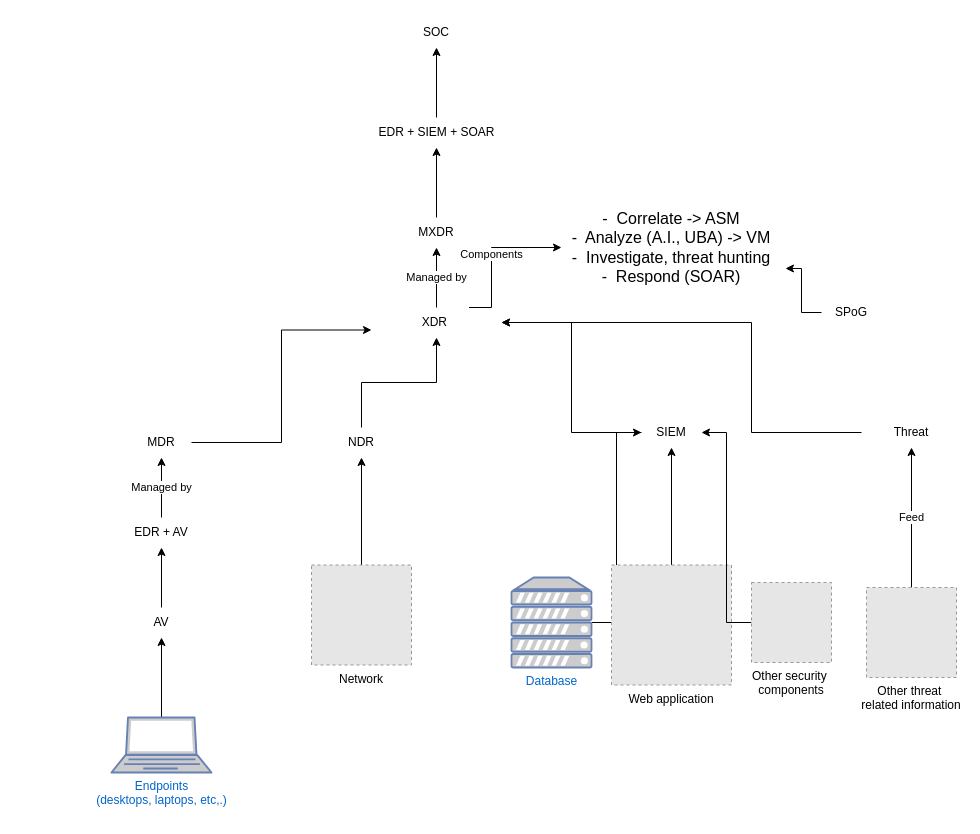
Earlier version of the draw.io diagram Appendices/XDR.drawio (christostevan/Thesis-latex). Source tidied: cells renumbered, new cells numbered last; positions are measured from the earlier drawing's top-left corner, leaving out a move shared by most shapes. Both pictures are drawn from the tidied source at 100%, with x=0, y=0 at pixel (111, 17). Pictures stored in the file or linked from it are replaced by grey dashed boxes.
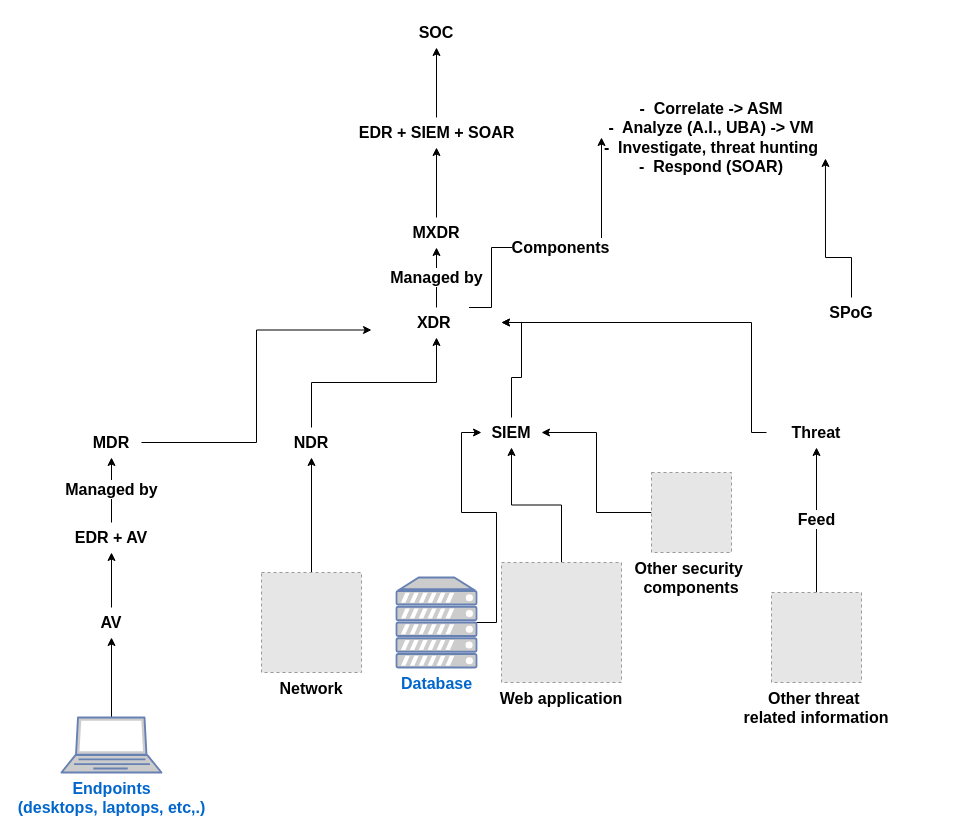
After the change.

What changed in the source:
```diff
@@
-    <mxCell id="3" value="Endpoints&lt;div&gt;(desktops, laptops, etc,.)&lt;/div&gt;" style="fontColor=#0066CC;verticalAlign=top;verticalLabelPosition=bottom;labelPosition=center;align=center;html=1;outlineConnect=0;fillColor=#CCCCCC;strokeColor=#6881B3;gradientColor=none;gradientDirection=north;strokeWidth=2;shape=mxgraph.networks.laptop;" parent="1" vertex="1">
-      <mxGeometry y="700" width="100" height="55" as="geometry" />
+    <mxCell id="3" value="Endpoints&lt;div style=&quot;font-size: 16px;&quot;&gt;(desktops, laptops, etc,.)&lt;/div&gt;" style="fontColor=#0066CC;verticalAlign=top;verticalLabelPosition=bottom;labelPosition=center;align=center;html=1;outlineConnect=0;fillColor=#CCCCCC;strokeColor=#6881B3;gradientColor=none;gradientDirection=north;strokeWidth=2;shape=mxgraph.networks.laptop;fontStyle=1;fontSize=16;" parent="1" vertex="1">
+      <mxGeometry x="-50" y="700" width="100" height="55" as="geometry" />
     </mxCell>
@@
-    <mxCell id="5" value="NDR" style="text;html=1;align=center;verticalAlign=middle;whiteSpace=wrap;rounded=0;" parent="1" vertex="1">
-      <mxGeometry x="220" y="410" width="60" height="30" as="geometry" />
+    <mxCell id="5" value="NDR" style="text;html=1;align=center;verticalAlign=middle;whiteSpace=wrap;rounded=0;fontStyle=1;fontSize=16;" parent="1" vertex="1">
+      <mxGeometry x="170" y="410" width="60" height="30" as="geometry" />
     </mxCell>
@@
-    <mxCell id="7" value="Network" style="fillColor=#E6E6E6;strokeColor=#999999;dashed=1;verticalLabelPosition=bottom;labelBackgroundColor=default;verticalAlign=top;" parent="1" vertex="1">
-      <mxGeometry x="200" y="547.5" width="100" height="100" as="geometry" />
+    <mxCell id="7" value="Network" style="fillColor=#E6E6E6;strokeColor=#999999;dashed=1;verticalLabelPosition=bottom;labelBackgroundColor=default;verticalAlign=top;fontStyle=1;fontSize=16;" parent="1" vertex="1">
+      <mxGeometry x="150" y="555" width="100" height="100" as="geometry" />
     </mxCell>
@@
-    <mxCell id="9" value="Database" style="fontColor=#0066CC;verticalAlign=top;verticalLabelPosition=bottom;labelPosition=center;align=center;html=1;outlineConnect=0;fillColor=#CCCCCC;strokeColor=#6881B3;gradientColor=none;gradientDirection=north;strokeWidth=2;shape=mxgraph.networks.server;" parent="1" vertex="1">
-      <mxGeometry x="400" y="560" width="80" height="90" as="geometry" />
+    <mxCell id="9" value="Database" style="fontColor=#0066CC;verticalAlign=top;verticalLabelPosition=bottom;labelPosition=center;align=center;html=1;outlineConnect=0;fillColor=#CCCCCC;strokeColor=#6881B3;gradientColor=none;gradientDirection=north;strokeWidth=2;shape=mxgraph.networks.server;fontStyle=1;fontSize=16;" parent="1" vertex="1">
+      <mxGeometry x="285" y="560" width="80" height="90" as="geometry" />
     </mxCell>
@@
-    <mxCell id="11" value="Web application" style="fillColor=#E6E6E6;strokeColor=#999999;dashed=1;verticalLabelPosition=bottom;labelBackgroundColor=default;verticalAlign=top;" parent="1" vertex="1">
-      <mxGeometry x="500" y="547.5" width="120" height="120" as="geometry" />
+    <mxCell id="11" value="Web application" style="fillColor=#E6E6E6;strokeColor=#999999;dashed=1;verticalLabelPosition=bottom;labelBackgroundColor=default;verticalAlign=top;fontStyle=1;fontSize=16;" parent="1" vertex="1">
+      <mxGeometry x="390" y="545" width="120" height="120" as="geometry" />
     </mxCell>
@@
-    <mxCell id="13" value="Other security &#10;components" style="fillColor=#E6E6E6;strokeColor=#999999;dashed=1;verticalLabelPosition=bottom;labelBackgroundColor=default;verticalAlign=top;" parent="1" vertex="1">
-      <mxGeometry x="640" y="565" width="80" height="80" as="geometry" />
+    <mxCell id="13" value="Other security &#10;components" style="fillColor=#E6E6E6;strokeColor=#999999;dashed=1;verticalLabelPosition=bottom;labelBackgroundColor=default;verticalAlign=top;fontStyle=1;fontSize=16;" parent="1" vertex="1">
+      <mxGeometry x="540" y="455" width="80" height="80" as="geometry" />
     </mxCell>
@@
-    <mxCell id="15" value="SIEM" style="text;html=1;align=center;verticalAlign=middle;whiteSpace=wrap;rounded=0;" parent="1" vertex="1">
-      <mxGeometry x="530" y="400" width="60" height="30" as="geometry" />
+    <mxCell id="15" value="SIEM" style="text;html=1;align=center;verticalAlign=middle;whiteSpace=wrap;rounded=0;fontStyle=1;fontSize=16;" parent="1" vertex="1">
+      <mxGeometry x="370" y="400" width="60" height="30" as="geometry" />
     </mxCell>
-    <mxCell id="16" value="Managed by" style="edgeStyle=orthogonalEdgeStyle;rounded=0;jettySize=auto;html=1;" parent="1" edge="1" source="18" target="26">
+    <mxCell id="16" value="Managed by" style="edgeStyle=orthogonalEdgeStyle;rounded=0;jettySize=auto;html=1;fontStyle=1;fontSize=16;" parent="1" edge="1" source="18" target="26">
       <mxGeometry relative="1" as="geometry" />
     </mxCell>
-    <mxCell id="17" value="Components" style="edgeStyle=orthogonalEdgeStyle;rounded=0;jettySize=auto;html=1;exitX=0.75;exitY=0;exitDx=0;exitDy=0;entryX=0;entryY=0.5;entryDx=0;entryDy=0;" parent="1" edge="1" source="18" target="30">
+    <mxCell id="17" value="Components" style="edgeStyle=orthogonalEdgeStyle;rounded=0;jettySize=auto;html=1;exitX=0.75;exitY=0;exitDx=0;exitDy=0;entryX=0;entryY=0.5;entryDx=0;entryDy=0;fontStyle=1;fontSize=16;" parent="1" edge="1" source="18" target="30">
       <mxGeometry relative="1" as="geometry">
         <Array as="points">
           <mxPoint x="380" y="290" />
           <mxPoint x="380" y="230" />
         </Array>
       </mxGeometry>
     </mxCell>
-    <mxCell id="18" value="XDR&amp;nbsp;" style="text;html=1;align=center;verticalAlign=middle;whiteSpace=wrap;rounded=0;" parent="1" vertex="1">
+    <mxCell id="18" value="XDR&amp;nbsp;" style="text;html=1;align=center;verticalAlign=middle;whiteSpace=wrap;rounded=0;fontStyle=1;fontSize=16;" parent="1" vertex="1">
       <mxGeometry x="260" y="290" width="130" height="30" as="geometry" />
     </mxCell>
-    <mxCell id="19" style="edgeStyle=orthogonalEdgeStyle;rounded=0;jettySize=auto;html=1;entryX=0.5;entryY=1;entryDx=0;entryDy=0;" parent="1" edge="1" source="20" target="22">
+    <mxCell id="19" style="edgeStyle=orthogonalEdgeStyle;rounded=0;jettySize=auto;html=1;entryX=0.5;entryY=1;entryDx=0;entryDy=0;fontStyle=1;fontSize=16;" parent="1" edge="1" source="20" target="22">
       <mxGeometry relative="1" as="geometry" />
     </mxCell>
-    <mxCell id="20" value="AV" style="text;html=1;align=center;verticalAlign=middle;whiteSpace=wrap;rounded=0;" parent="1" vertex="1">
-      <mxGeometry x="20" y="590" width="60" height="30" as="geometry" />
+    <mxCell id="20" value="AV" style="text;html=1;align=center;verticalAlign=middle;whiteSpace=wrap;rounded=0;fontStyle=1;fontSize=16;" parent="1" vertex="1">
+      <mxGeometry x="-30" y="590" width="60" height="30" as="geometry" />
     </mxCell>
-    <mxCell id="21" value="Managed by" style="edgeStyle=orthogonalEdgeStyle;rounded=0;jettySize=auto;html=1;entryX=0.5;entryY=1;entryDx=0;entryDy=0;" parent="1" edge="1" source="22" target="24">
+    <mxCell id="21" value="Managed by" style="edgeStyle=orthogonalEdgeStyle;rounded=0;jettySize=auto;html=1;entryX=0.5;entryY=1;entryDx=0;entryDy=0;fontStyle=1;fontSize=16;" parent="1" edge="1" source="22" target="24">
       <mxGeometry relative="1" as="geometry" />
     </mxCell>
-    <mxCell id="22" value="EDR + AV" style="text;html=1;align=center;verticalAlign=middle;whiteSpace=wrap;rounded=0;" parent="1" vertex="1">
-      <mxGeometry x="20" y="500" width="60" height="30" as="geometry" />
+    <mxCell id="22" value="EDR + AV" style="text;html=1;align=center;verticalAlign=middle;whiteSpace=wrap;rounded=0;fontStyle=1;fontSize=16;" parent="1" vertex="1">
+      <mxGeometry x="-40" y="505" width="80" height="30" as="geometry" />
     </mxCell>
@@
-    <mxCell id="24" value="MDR" style="text;html=1;align=center;verticalAlign=middle;whiteSpace=wrap;rounded=0;" parent="1" vertex="1">
-      <mxGeometry x="20" y="410" width="60" height="30" as="geometry" />
+    <mxCell id="24" value="MDR" style="text;html=1;align=center;verticalAlign=middle;whiteSpace=wrap;rounded=0;fontStyle=1;fontSize=16;" parent="1" vertex="1">
+      <mxGeometry x="-30" y="410" width="60" height="30" as="geometry" />
     </mxCell>
-    <mxCell id="25" style="edgeStyle=orthogonalEdgeStyle;rounded=0;jettySize=auto;html=1;entryX=0.5;entryY=1;entryDx=0;entryDy=0;" parent="1" edge="1" source="26" target="28">
+    <mxCell id="25" style="edgeStyle=orthogonalEdgeStyle;rounded=0;jettySize=auto;html=1;entryX=0.5;entryY=1;entryDx=0;entryDy=0;fontStyle=1;fontSize=16;" parent="1" edge="1" source="26" target="28">
       <mxGeometry relative="1" as="geometry" />
     </mxCell>
-    <mxCell id="26" value="MXDR" style="text;html=1;align=center;verticalAlign=middle;whiteSpace=wrap;rounded=0;" parent="1" vertex="1">
+    <mxCell id="26" value="MXDR" style="text;html=1;align=center;verticalAlign=middle;whiteSpace=wrap;rounded=0;fontStyle=1;fontSize=16;" parent="1" vertex="1">
       <mxGeometry x="295" y="200" width="60" height="30" as="geometry" />
     </mxCell>
@@
-    <mxCell id="28" value="EDR + SIEM + SOAR" style="text;html=1;align=center;verticalAlign=middle;whiteSpace=wrap;rounded=0;" parent="1" vertex="1">
+    <mxCell id="28" value="EDR + SIEM + SOAR" style="text;html=1;align=center;verticalAlign=middle;whiteSpace=wrap;rounded=0;fontStyle=1;fontSize=16;" parent="1" vertex="1">
       <mxGeometry x="242.5" y="100" width="165" height="30" as="geometry" />
     </mxCell>
-    <mxCell id="29" value="SOC" style="text;html=1;align=center;verticalAlign=middle;whiteSpace=wrap;rounded=0;" parent="1" vertex="1">
+    <mxCell id="29" value="SOC" style="text;html=1;align=center;verticalAlign=middle;whiteSpace=wrap;rounded=0;fontStyle=1;fontSize=16;" parent="1" vertex="1">
       <mxGeometry x="295" width="60" height="30" as="geometry" />
     </mxCell>
-    <mxCell id="30" value="&lt;font style=&quot;font-size: 16px;&quot;&gt;-&amp;nbsp; Correlate -&amp;gt; ASM&lt;/font&gt;&lt;div style=&quot;font-size: 16px;&quot;&gt;&lt;font style=&quot;font-size: 16px;&quot;&gt;-&amp;nbsp; Analyze (A.I., UBA) -&amp;gt; VM&lt;/font&gt;&lt;/div&gt;&lt;div style=&quot;font-size: 16px;&quot;&gt;&lt;font style=&quot;font-size: 16px;&quot;&gt;-&amp;nbsp; Investigate, threat hunting&lt;/font&gt;&lt;/div&gt;&lt;div style=&quot;font-size: 16px;&quot;&gt;&lt;font style=&quot;font-size: 16px;&quot;&gt;-&amp;nbsp; Respond (SOAR)&lt;/font&gt;&lt;/div&gt;" style="text;html=1;align=center;verticalAlign=middle;whiteSpace=wrap;rounded=0;labelPosition=center;verticalLabelPosition=middle;" parent="1" vertex="1">
-      <mxGeometry x="450" y="150" width="220" height="160" as="geometry" />
+    <mxCell id="30" value="&lt;font style=&quot;font-size: 16px;&quot;&gt;&lt;b&gt;-&amp;nbsp; Correlate -&amp;gt; ASM&lt;/b&gt;&lt;/font&gt;&lt;div style=&quot;font-size: 16px;&quot;&gt;&lt;font style=&quot;font-size: 16px;&quot;&gt;&lt;b&gt;-&amp;nbsp; Analyze (A.I., UBA) -&amp;gt; VM&lt;/b&gt;&lt;/font&gt;&lt;/div&gt;&lt;div style=&quot;font-size: 16px;&quot;&gt;&lt;font style=&quot;font-size: 16px;&quot;&gt;&lt;b&gt;-&amp;nbsp; Investigate, threat hunting&lt;/b&gt;&lt;/font&gt;&lt;/div&gt;&lt;div style=&quot;font-size: 16px;&quot;&gt;&lt;font style=&quot;font-size: 16px;&quot;&gt;&lt;b&gt;-&amp;nbsp; Respond (SOAR)&lt;/b&gt;&lt;/font&gt;&lt;/div&gt;" style="text;html=1;align=center;verticalAlign=middle;whiteSpace=wrap;rounded=0;labelPosition=center;verticalLabelPosition=middle;" parent="1" vertex="1">
+      <mxGeometry x="490" y="40" width="220" height="160" as="geometry" />
     </mxCell>
-    <mxCell id="31" value="SPoG" style="text;html=1;align=center;verticalAlign=middle;whiteSpace=wrap;rounded=0;" parent="1" vertex="1">
+    <mxCell id="31" value="SPoG" style="text;html=1;align=center;verticalAlign=middle;whiteSpace=wrap;rounded=0;fontStyle=1;fontSize=16;" parent="1" vertex="1">
       <mxGeometry x="710" y="280" width="60" height="30" as="geometry" />
     </mxCell>
@@
-    <mxCell id="33" value="Feed" style="edgeStyle=orthogonalEdgeStyle;rounded=0;jettySize=auto;html=1;entryX=0.5;entryY=1;entryDx=0;entryDy=0;" parent="1" edge="1" source="34" target="36">
+    <mxCell id="33" value="Feed" style="edgeStyle=orthogonalEdgeStyle;rounded=0;jettySize=auto;html=1;entryX=0.5;entryY=1;entryDx=0;entryDy=0;fontStyle=1;fontSize=16;" parent="1" edge="1" source="34" target="36">
       <mxGeometry relative="1" as="geometry" />
     </mxCell>
-    <mxCell id="34" value="Other threat &#10;related information" style="fillColor=#E6E6E6;strokeColor=#999999;dashed=1;verticalLabelPosition=bottom;labelBackgroundColor=default;verticalAlign=top;" parent="1" vertex="1">
-      <mxGeometry x="755" y="570" width="90" height="90" as="geometry" />
+    <mxCell id="34" value="Other threat &#10;related information" style="fillColor=#E6E6E6;strokeColor=#999999;dashed=1;verticalLabelPosition=bottom;labelBackgroundColor=default;verticalAlign=top;fontStyle=1;fontSize=16;" parent="1" vertex="1">
+      <mxGeometry x="660" y="575" width="90" height="90" as="geometry" />
     </mxCell>
@@
-    <mxCell id="36" value="Threat" style="text;html=1;align=center;verticalAlign=middle;whiteSpace=wrap;rounded=0;" parent="1" vertex="1">
-      <mxGeometry x="750" y="400" width="100" height="30" as="geometry" />
+    <mxCell id="36" value="Threat" style="text;html=1;align=center;verticalAlign=middle;whiteSpace=wrap;rounded=0;fontStyle=1;fontSize=16;" parent="1" vertex="1">
+      <mxGeometry x="655" y="400" width="100" height="30" as="geometry" />
     </mxCell>
```
